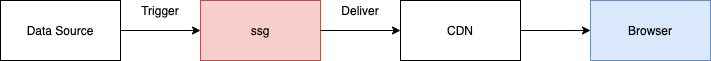
brandonxiang/keynote keeps this draw.io diagram as img/igr-ssg-improved.png. Above is the earlier version. Source tidied: cells renumbered, new cells last; positions are measured from the earlier drawing's top-left corner, leaving out a move shared by most shapes.
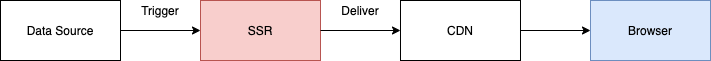
Later version of the same file.

The edit, as a diff of the source:
```diff
@@ -2,7 +2,7 @@
   <root>
     <mxCell id="0" />
     <mxCell id="1" parent="0" />
-    <mxCell id="2" value="ssg" style="rounded=0;whiteSpace=wrap;html=1;fillColor=#f8cecc;strokeColor=#b85450;" parent="1" vertex="1">
+    <mxCell id="2" value="SSR" style="rounded=0;whiteSpace=wrap;html=1;fillColor=#f8cecc;strokeColor=#b85450;" parent="1" vertex="1">
       <mxGeometry x="200" width="120" height="60" as="geometry" />
     </mxCell>
     <mxCell id="3" value="Data Source" style="rounded=0;whiteSpace=wrap;html=1;" parent="1" vertex="1">
```
